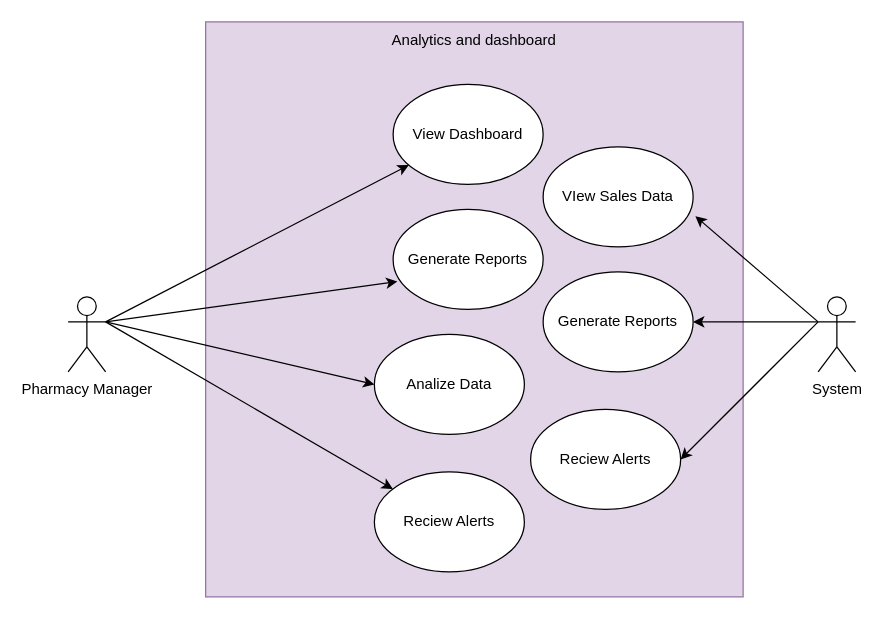
Above: EmployeeManagementUsercase.drawio in Life-Pill/Life-Pill (draw.io), before the change. Source tidied: cells renumbered, new cells numbered last; positions are measured from the earlier drawing's top-left corner, leaving out a move shared by most shapes. Both pictures are drawn from the tidied source at 125%, with x=0, y=0 at pixel (68, 21).
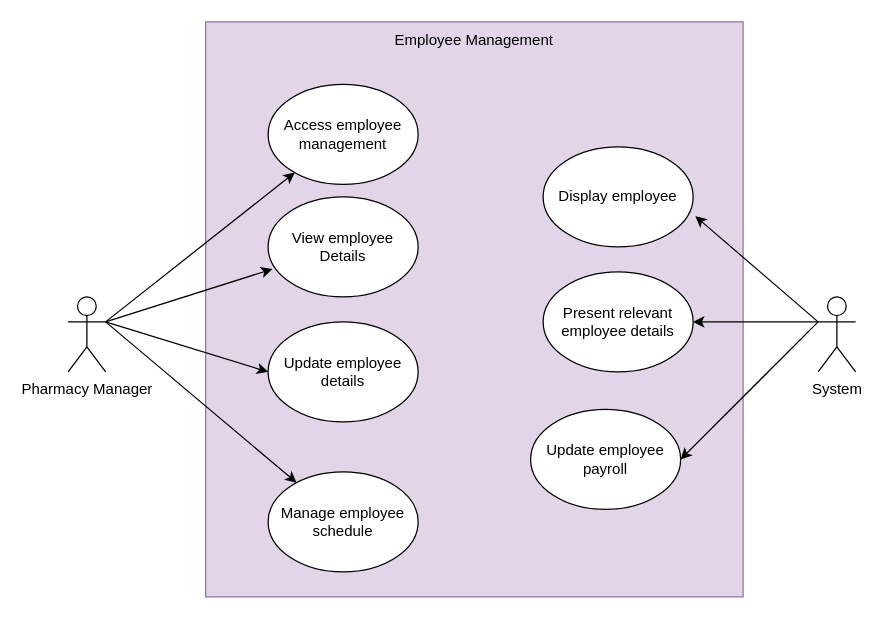
The same page after the edit.

Change to the diagram source:
```diff
@@
 <mxGraphModel>
   <root>
     <mxCell id="0" />
     <mxCell id="1" parent="0" />
     <mxCell id="2" style="rounded=0;whiteSpace=wrap;html=1;fillColor=#e1d5e7;strokeColor=#9673a6;" parent="1" vertex="1">
       <mxGeometry x="110" width="430" height="460" as="geometry" />
     </mxCell>
     <mxCell id="3" style="edgeStyle=none;rounded=0;jettySize=auto;html=1;exitX=1;exitY=0.3333333333333333;exitDx=0;exitDy=0;exitPerimeter=0;" parent="1" edge="1" source="6" target="10">
       <mxGeometry relative="1" as="geometry" />
     </mxCell>
     <mxCell id="4" style="edgeStyle=none;rounded=0;jettySize=auto;html=1;exitX=1;exitY=0.3333333333333333;exitDx=0;exitDy=0;exitPerimeter=0;entryX=0;entryY=0.5;entryDx=0;entryDy=0;" parent="1" edge="1" source="6" target="12">
       <mxGeometry relative="1" as="geometry" />
     </mxCell>
     <mxCell id="5" style="edgeStyle=none;rounded=0;jettySize=auto;html=1;exitX=1;exitY=0.3333333333333333;exitDx=0;exitDy=0;exitPerimeter=0;" parent="1" edge="1" source="6" target="13">
       <mxGeometry relative="1" as="geometry" />
     </mxCell>
     <mxCell id="6" value="Pharmacy Manager" style="shape=umlActor;verticalLabelPosition=bottom;verticalAlign=top;html=1;outlineConnect=0;" parent="1" vertex="1">
       <mxGeometry y="220" width="30" height="60" as="geometry" />
     </mxCell>
     <mxCell id="7" style="edgeStyle=none;rounded=0;jettySize=auto;html=1;exitX=0;exitY=0.3333333333333333;exitDx=0;exitDy=0;exitPerimeter=0;" parent="1" edge="1" source="9" target="15">
       <mxGeometry relative="1" as="geometry" />
     </mxCell>
     <mxCell id="8" style="edgeStyle=none;rounded=0;jettySize=auto;html=1;exitX=0;exitY=0.3333333333333333;exitDx=0;exitDy=0;exitPerimeter=0;entryX=1;entryY=0.5;entryDx=0;entryDy=0;" parent="1" edge="1" source="9" target="14">
       <mxGeometry relative="1" as="geometry" />
     </mxCell>
     <mxCell id="9" value="System" style="shape=umlActor;verticalLabelPosition=bottom;verticalAlign=top;html=1;outlineConnect=0;" parent="1" vertex="1">
       <mxGeometry x="600" y="220" width="30" height="60" as="geometry" />
     </mxCell>
-    <mxCell id="10" value="View Dashboard" style="ellipse;whiteSpace=wrap;html=1;" parent="1" vertex="1">
-      <mxGeometry x="260" y="50" width="120" height="80" as="geometry" />
+    <mxCell id="10" value="Access employee management" style="ellipse;whiteSpace=wrap;html=1;" parent="1" vertex="1">
+      <mxGeometry x="160" y="50" width="120" height="80" as="geometry" />
     </mxCell>
-    <mxCell id="11" value="Generate Reports" style="ellipse;whiteSpace=wrap;html=1;" parent="1" vertex="1">
-      <mxGeometry x="260" y="150" width="120" height="80" as="geometry" />
+    <mxCell id="11" value="View employee Details" style="ellipse;whiteSpace=wrap;html=1;" parent="1" vertex="1">
+      <mxGeometry x="160" y="140" width="120" height="80" as="geometry" />
     </mxCell>
-    <mxCell id="12" value="Analize Data" style="ellipse;whiteSpace=wrap;html=1;" parent="1" vertex="1">
-      <mxGeometry x="245" y="250" width="120" height="80" as="geometry" />
+    <mxCell id="12" value="Update employee details" style="ellipse;whiteSpace=wrap;html=1;" parent="1" vertex="1">
+      <mxGeometry x="160" y="240" width="120" height="80" as="geometry" />
     </mxCell>
-    <mxCell id="13" value="Reciew Alerts" style="ellipse;whiteSpace=wrap;html=1;" parent="1" vertex="1">
-      <mxGeometry x="245" y="360" width="120" height="80" as="geometry" />
+    <mxCell id="13" value="Manage employee schedule" style="ellipse;whiteSpace=wrap;html=1;" parent="1" vertex="1">
+      <mxGeometry x="160" y="360" width="120" height="80" as="geometry" />
     </mxCell>
-    <mxCell id="14" value="Reciew Alerts" style="ellipse;whiteSpace=wrap;html=1;" parent="1" vertex="1">
+    <mxCell id="14" value="Update employee payroll" style="ellipse;whiteSpace=wrap;html=1;" parent="1" vertex="1">
       <mxGeometry x="370" y="310" width="120" height="80" as="geometry" />
     </mxCell>
-    <mxCell id="15" value="Generate Reports" style="ellipse;whiteSpace=wrap;html=1;" parent="1" vertex="1">
+    <mxCell id="15" value="Present relevant employee details" style="ellipse;whiteSpace=wrap;html=1;" parent="1" vertex="1">
       <mxGeometry x="380" y="200" width="120" height="80" as="geometry" />
     </mxCell>
-    <mxCell id="16" value="VIew Sales Data" style="ellipse;whiteSpace=wrap;html=1;" parent="1" vertex="1">
+    <mxCell id="16" value="Display employee" style="ellipse;whiteSpace=wrap;html=1;" parent="1" vertex="1">
       <mxGeometry x="380" y="100" width="120" height="80" as="geometry" />
     </mxCell>
     <mxCell id="17" style="edgeStyle=none;rounded=0;jettySize=auto;html=1;exitX=1;exitY=0.3333333333333333;exitDx=0;exitDy=0;exitPerimeter=0;entryX=0.028;entryY=0.722;entryDx=0;entryDy=0;entryPerimeter=0;" parent="1" edge="1" source="6" target="11">
       <mxGeometry relative="1" as="geometry" />
     </mxCell>
     <mxCell id="18" style="edgeStyle=none;rounded=0;jettySize=auto;html=1;exitX=0;exitY=0.3333333333333333;exitDx=0;exitDy=0;exitPerimeter=0;entryX=1.015;entryY=0.693;entryDx=0;entryDy=0;entryPerimeter=0;" parent="1" edge="1" source="9" target="16">
       <mxGeometry relative="1" as="geometry" />
     </mxCell>
-    <mxCell id="19" value="Analytics and dashboard" style="text;html=1;align=center;verticalAlign=middle;whiteSpace=wrap;rounded=0;" parent="1" vertex="1">
+    <mxCell id="19" value="Employee Management" style="text;html=1;align=center;verticalAlign=middle;whiteSpace=wrap;rounded=0;" parent="1" vertex="1">
       <mxGeometry x="250" width="150" height="30" as="geometry" />
     </mxCell>
   </root>
 </mxGraphModel>
```
